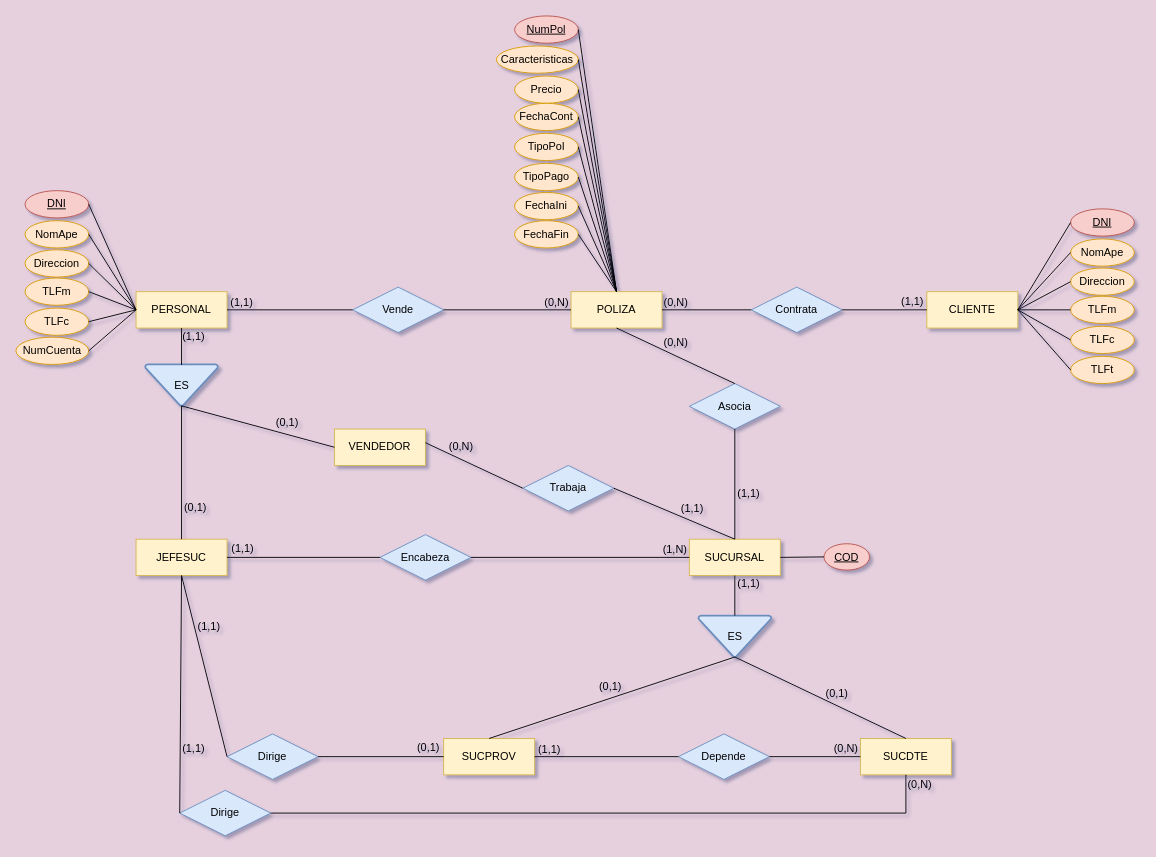
Before: Teams1(2).drawio in VeraAceves/NT-BD, a draw.io diagram. Source tidied: cells renumbered, new cells numbered last; positions are measured from the earlier drawing's top-left corner, leaving out a move shared by most shapes. Both pictures are drawn from the tidied source at 91%, with x=0, y=0 at pixel (15, 15).
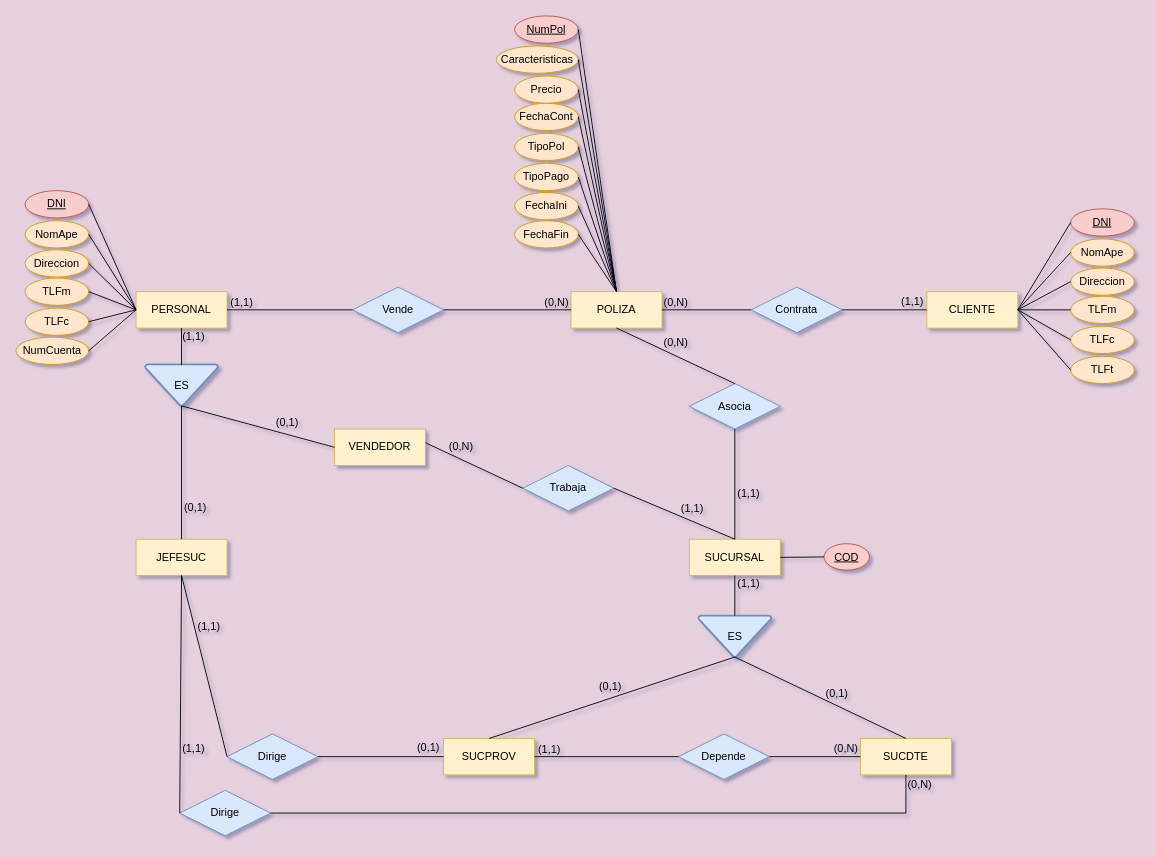
After the change.

Unchanged cells that the change refers to:
```xml
<mxCell id="4" value="SUCURSAL" style="whiteSpace=wrap;html=1;align=center;fillColor=#fff2cc;strokeColor=#d6b656;" parent="1" vertex="1">
  <mxGeometry x="740" y="575" width="100" height="40" as="geometry" />
</mxCell>
<mxCell id="6" value="&lt;div&gt;JEFESUC&lt;/div&gt;" style="whiteSpace=wrap;html=1;align=center;fillColor=#fff2cc;strokeColor=#d6b656;" parent="1" vertex="1">
  <mxGeometry x="132" y="575" width="100" height="40" as="geometry" />
</mxCell>
```

Change to the diagram source:
```diff
@@
-    <mxCell id="13" value="Encabeza" style="shape=rhombus;perimeter=rhombusPerimeter;whiteSpace=wrap;html=1;align=center;fillColor=#dae8fc;strokeColor=#6c8ebf;" parent="1" vertex="1">
-      <mxGeometry x="400" y="570" width="100" height="50" as="geometry" />
-    </mxCell>
@@
-    <mxCell id="18" style="endArrow=none;html=1;rounded=0;entryX=0;entryY=0.5;entryDx=0;entryDy=0;exitX=1;exitY=0.5;exitDx=0;exitDy=0;" parent="1" edge="1" source="6" target="13">
-      <mxGeometry relative="1" as="geometry" />
-    </mxCell>
-    <mxCell id="19" style="endArrow=none;html=1;rounded=0;entryX=0;entryY=0.5;entryDx=0;entryDy=0;exitX=1;exitY=0.5;exitDx=0;exitDy=0;" parent="1" edge="1" source="13" target="4">
-      <mxGeometry relative="1" as="geometry" />
-    </mxCell>
@@
-    <mxCell id="86" value="(1,1)" style="text;html=1;align=center;verticalAlign=middle;strokeColor=none;fillColor=none;" parent="1" vertex="1">
-      <mxGeometry x="224" y="571" width="50" height="30" as="geometry" />
-    </mxCell>
@@
-    <mxCell id="95" value="(1,N)" style="text;html=1;align=center;verticalAlign=middle;strokeColor=none;fillColor=none;" parent="1" vertex="1">
-      <mxGeometry x="699" y="572" width="50" height="30" as="geometry" />
-    </mxCell>
```
